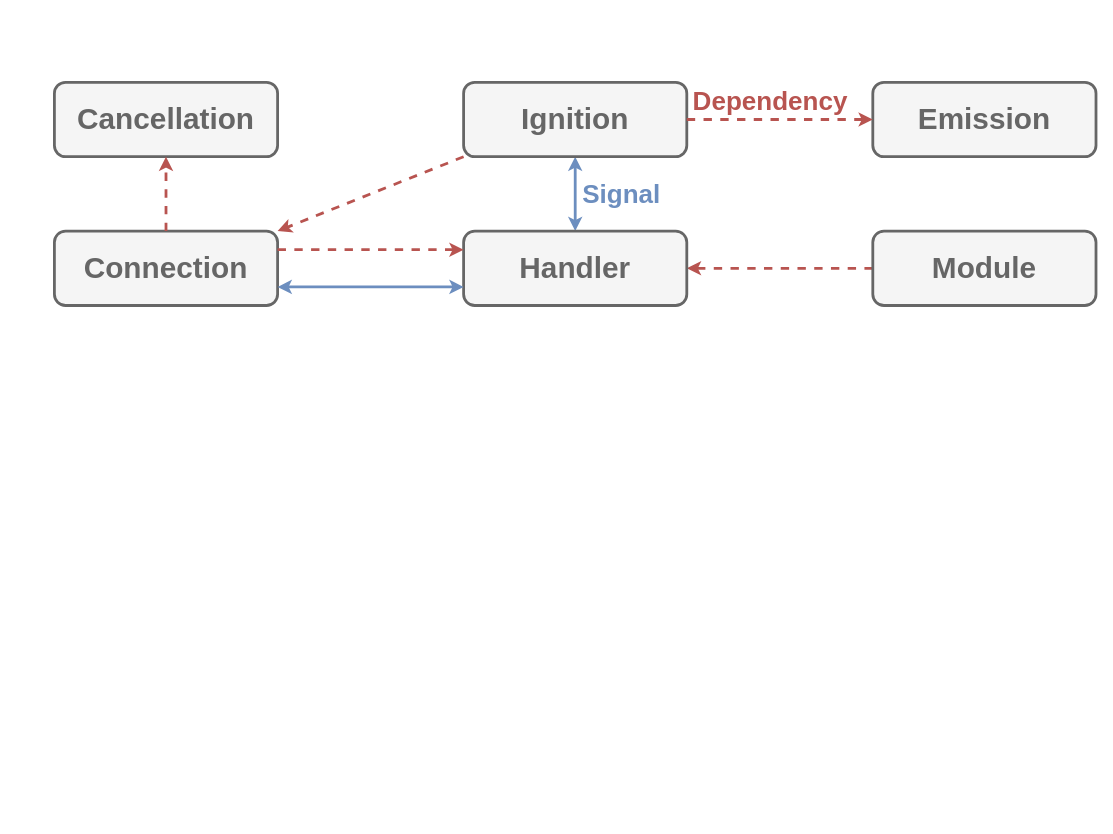
do-i-know-it/YggdrAshill.Nuadha keeps this draw.io diagram as Documentation/Resources/Unitization.drawio. Above is the earlier version. Source tidied: cells renumbered, new cells numbered last; positions are measured from the earlier drawing's top-left corner, leaving out a move shared by most shapes. Both pictures are drawn from the tidied source at 93%, with x=0, y=0 at pixel (54, 82).
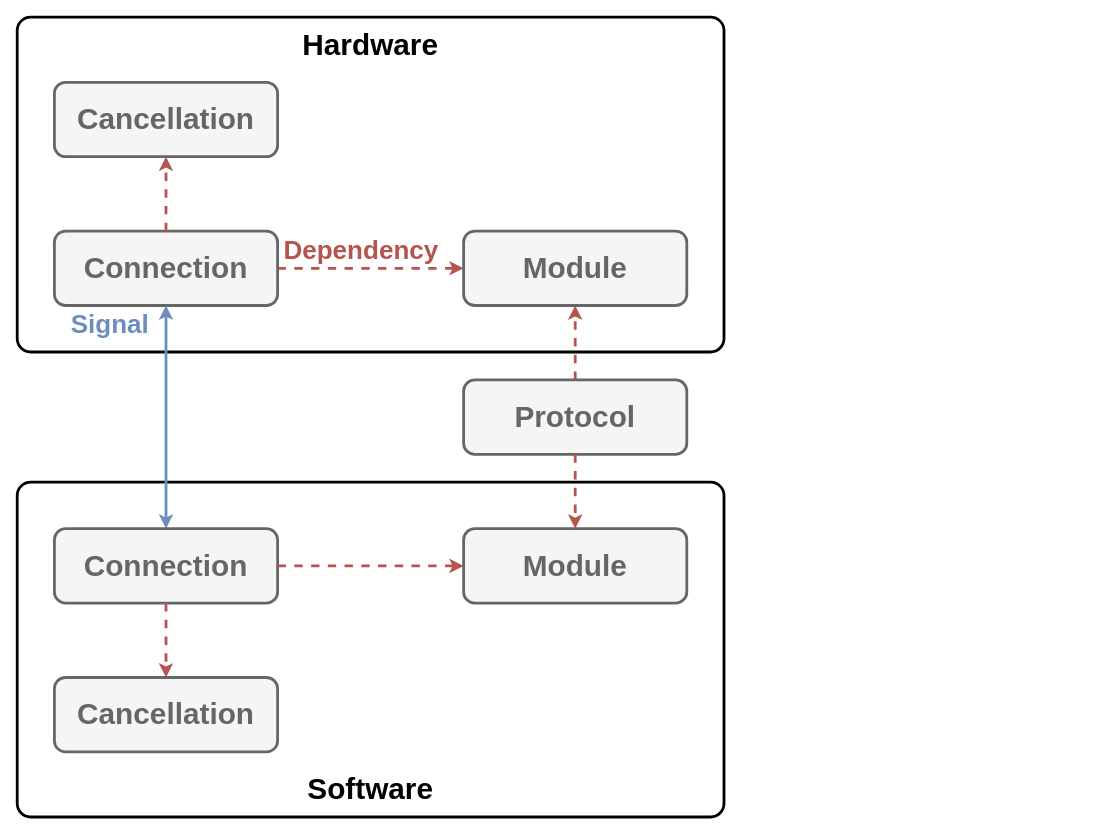
Above is the later version.

Unchanged cells that the change refers to:
```xml
<mxCell id="8" value="&lt;font style=&quot;font-size: 32px&quot; color=&quot;#666666&quot;&gt;&lt;b&gt;Connection&lt;/b&gt;&lt;/font&gt;" style="rounded=1;whiteSpace=wrap;html=1;fillColor=#f5f5f5;strokeColor=#666666;strokeWidth=3;fontColor=#333333;" parent="1" vertex="1">
  <mxGeometry y="160" width="240" height="80" as="geometry" />
</mxCell>
```

Change to the diagram source:
```diff
@@
+    <mxCell id="17" style="rounded=1;whiteSpace=wrap;html=1;strokeWidth=3;arcSize=4;" parent="1" vertex="1">
+      <mxGeometry x="-40" y="430" width="760" height="360" as="geometry" />
+    </mxCell>
+    <mxCell id="18" style="rounded=1;whiteSpace=wrap;html=1;strokeWidth=3;arcSize=4;" parent="1" vertex="1">
+      <mxGeometry x="-40" y="-70" width="760" height="360" as="geometry" />
+    </mxCell>
     <mxCell id="2" value="&lt;b&gt;&lt;font style=&quot;font-size: 28px&quot; color=&quot;#b85450&quot;&gt;Dependency&lt;/font&gt;&lt;/b&gt;" style="text;html=1;align=center;verticalAlign=middle;whiteSpace=wrap;rounded=0;" parent="1" vertex="1">
-      <mxGeometry x="680" width="180" height="40" as="geometry" />
+      <mxGeometry x="240" y="160" width="180" height="40" as="geometry" />
     </mxCell>
     <mxCell id="3" value="&lt;b&gt;&lt;font style=&quot;font-size: 28px&quot; color=&quot;#6c8ebf&quot;&gt;Signal&lt;/font&gt;&lt;/b&gt;" style="text;html=1;align=center;verticalAlign=middle;whiteSpace=wrap;rounded=0;" parent="1" vertex="1">
-      <mxGeometry x="560" y="100" width="100" height="40" as="geometry" />
+      <mxGeometry x="10" y="240" width="100" height="40" as="geometry" />
     </mxCell>
-    <mxCell id="4" style="endArrow=classic;html=1;fillColor=#f8cecc;strokeColor=#b85450;strokeWidth=3;dashed=1;entryX=1;entryY=0.5;entryDx=0;entryDy=0;exitX=0;exitY=0.5;exitDx=0;exitDy=0;" parent="1" edge="1" source="7" target="6">
+    <mxCell id="4" style="endArrow=classic;html=1;fillColor=#f8cecc;strokeColor=#b85450;strokeWidth=3;dashed=1;entryX=0.5;entryY=1;entryDx=0;entryDy=0;exitX=0.5;exitY=0;exitDx=0;exitDy=0;" parent="1" edge="1" source="7" target="6">
       <mxGeometry relative="1" as="geometry" />
     </mxCell>
-    <mxCell id="5" style="endArrow=classic;startArrow=classic;html=1;fillColor=#dae8fc;strokeColor=#6c8ebf;strokeWidth=3;exitX=0.5;exitY=1;exitDx=0;exitDy=0;entryX=0.5;entryY=0;entryDx=0;entryDy=0;" parent="1" edge="1" source="10" target="6">
-      <mxGeometry relative="1" as="geometry" />
-    </mxCell>
-    <mxCell id="6" value="&lt;font style=&quot;font-size: 32px&quot; color=&quot;#666666&quot;&gt;&lt;b&gt;Handler&lt;/b&gt;&lt;/font&gt;" style="rounded=1;whiteSpace=wrap;html=1;fillColor=#f5f5f5;strokeColor=#666666;strokeWidth=3;fontColor=#333333;" parent="1" vertex="1">
+    <mxCell id="6" value="&lt;font style=&quot;font-size: 32px&quot; color=&quot;#666666&quot;&gt;&lt;b&gt;Module&lt;/b&gt;&lt;/font&gt;" style="rounded=1;whiteSpace=wrap;html=1;fillColor=#f5f5f5;strokeColor=#666666;strokeWidth=3;fontColor=#333333;" parent="1" vertex="1">
       <mxGeometry x="440" y="160" width="240" height="80" as="geometry" />
     </mxCell>
-    <mxCell id="7" value="&lt;font color=&quot;#666666&quot;&gt;&lt;span style=&quot;font-size: 32px&quot;&gt;&lt;b&gt;Module&lt;/b&gt;&lt;/span&gt;&lt;/font&gt;" style="rounded=1;whiteSpace=wrap;html=1;fillColor=#f5f5f5;strokeColor=#666666;strokeWidth=3;fontColor=#333333;" parent="1" vertex="1">
-      <mxGeometry x="880" y="160" width="240" height="80" as="geometry" />
+    <mxCell id="7" value="&lt;font color=&quot;#666666&quot;&gt;&lt;span style=&quot;font-size: 32px&quot;&gt;&lt;b&gt;Protocol&lt;/b&gt;&lt;/span&gt;&lt;/font&gt;" style="rounded=1;whiteSpace=wrap;html=1;fillColor=#f5f5f5;strokeColor=#666666;strokeWidth=3;fontColor=#333333;" parent="1" vertex="1">
+      <mxGeometry x="440" y="320" width="240" height="80" as="geometry" />
     </mxCell>
@@
-    <mxCell id="10" value="&lt;font style=&quot;font-size: 32px&quot; color=&quot;#666666&quot;&gt;&lt;b&gt;Ignition&lt;/b&gt;&lt;/font&gt;" style="rounded=1;whiteSpace=wrap;html=1;fillColor=#f5f5f5;strokeColor=#666666;strokeWidth=3;fontColor=#333333;" parent="1" vertex="1">
-      <mxGeometry x="440" width="240" height="80" as="geometry" />
-    </mxCell>
-    <mxCell id="11" value="&lt;font style=&quot;font-size: 32px&quot; color=&quot;#666666&quot;&gt;&lt;b&gt;Emission&lt;/b&gt;&lt;/font&gt;" style="rounded=1;whiteSpace=wrap;html=1;fillColor=#f5f5f5;strokeColor=#666666;strokeWidth=3;fontColor=#333333;" parent="1" vertex="1">
-      <mxGeometry x="880" width="240" height="80" as="geometry" />
-    </mxCell>
-    <mxCell id="12" style="endArrow=classic;html=1;fillColor=#f8cecc;strokeColor=#b85450;strokeWidth=3;dashed=1;entryX=0;entryY=0.25;entryDx=0;entryDy=0;exitX=1;exitY=0.25;exitDx=0;exitDy=0;" parent="1" edge="1" source="8" target="6">
+    <mxCell id="12" style="endArrow=classic;html=1;fillColor=#f8cecc;strokeColor=#b85450;strokeWidth=3;dashed=1;exitX=1;exitY=0.5;exitDx=0;exitDy=0;" parent="1" edge="1" source="8" target="6">
       <mxGeometry relative="1" as="geometry" />
     </mxCell>
@@
-    <mxCell id="14" style="endArrow=classic;html=1;fillColor=#f8cecc;strokeColor=#b85450;strokeWidth=3;dashed=1;exitX=0;exitY=1;exitDx=0;exitDy=0;entryX=1;entryY=0;entryDx=0;entryDy=0;" parent="1" edge="1" source="10" target="8">
-      <mxGeometry relative="1" as="geometry" />
-    </mxCell>
-    <mxCell id="15" style="endArrow=classic;html=1;fillColor=#f8cecc;strokeColor=#b85450;strokeWidth=3;dashed=1;entryX=0;entryY=0.5;entryDx=0;entryDy=0;" parent="1" edge="1" source="10" target="11">
-      <mxGeometry relative="1" as="geometry" />
-    </mxCell>
-    <mxCell id="16" style="endArrow=classic;startArrow=classic;html=1;fillColor=#dae8fc;strokeColor=#6c8ebf;strokeWidth=3;entryX=0;entryY=0.75;entryDx=0;entryDy=0;exitX=1;exitY=0.75;exitDx=0;exitDy=0;" parent="1" edge="1" source="8" target="6">
+    <mxCell id="16" style="endArrow=classic;startArrow=classic;html=1;fillColor=#dae8fc;strokeColor=#6c8ebf;strokeWidth=3;entryX=0.5;entryY=0;entryDx=0;entryDy=0;exitX=0.5;exitY=1;exitDx=0;exitDy=0;" parent="1" edge="1" source="8" target="21">
       <mxGeometry relative="1" as="geometry" />
     </mxCell>
+    <mxCell id="19" value="&lt;b&gt;&lt;font style=&quot;font-size: 32px&quot;&gt;Hardware&lt;/font&gt;&lt;/b&gt;" style="text;html=1;strokeColor=none;fillColor=none;align=center;verticalAlign=middle;whiteSpace=wrap;rounded=0;" parent="1" vertex="1">
+      <mxGeometry x="-30" y="-60" width="740" height="40" as="geometry" />
+    </mxCell>
+    <mxCell id="20" value="&lt;font style=&quot;font-size: 32px&quot; color=&quot;#666666&quot;&gt;&lt;b&gt;Module&lt;/b&gt;&lt;/font&gt;" style="rounded=1;whiteSpace=wrap;html=1;fillColor=#f5f5f5;strokeColor=#666666;strokeWidth=3;fontColor=#333333;" parent="1" vertex="1">
+      <mxGeometry x="440" y="480" width="240" height="80" as="geometry" />
+    </mxCell>
+    <mxCell id="21" value="&lt;font style=&quot;font-size: 32px&quot; color=&quot;#666666&quot;&gt;&lt;b&gt;Connection&lt;/b&gt;&lt;/font&gt;" style="rounded=1;whiteSpace=wrap;html=1;fillColor=#f5f5f5;strokeColor=#666666;strokeWidth=3;fontColor=#333333;" parent="1" vertex="1">
+      <mxGeometry y="480" width="240" height="80" as="geometry" />
+    </mxCell>
+    <mxCell id="22" value="&lt;font style=&quot;font-size: 32px&quot; color=&quot;#666666&quot;&gt;&lt;b&gt;Cancellation&lt;/b&gt;&lt;/font&gt;" style="rounded=1;whiteSpace=wrap;html=1;fillColor=#f5f5f5;strokeColor=#666666;strokeWidth=3;fontColor=#333333;" parent="1" vertex="1">
+      <mxGeometry y="640" width="240" height="80" as="geometry" />
+    </mxCell>
+    <mxCell id="23" style="endArrow=classic;html=1;fillColor=#f8cecc;strokeColor=#b85450;strokeWidth=3;dashed=1;exitX=1;exitY=0.5;exitDx=0;exitDy=0;" parent="1" edge="1" source="21" target="20">
+      <mxGeometry relative="1" as="geometry" />
+    </mxCell>
+    <mxCell id="24" style="endArrow=classic;html=1;fillColor=#f8cecc;strokeColor=#b85450;strokeWidth=3;dashed=1;" parent="1" edge="1" source="21" target="22">
+      <mxGeometry relative="1" as="geometry" />
+    </mxCell>
+    <mxCell id="25" style="endArrow=classic;html=1;fillColor=#f8cecc;strokeColor=#b85450;strokeWidth=3;dashed=1;exitX=0.5;exitY=1;exitDx=0;exitDy=0;" parent="1" edge="1" source="7" target="20">
+      <mxGeometry relative="1" as="geometry" />
+    </mxCell>
+    <mxCell id="26" value="&lt;b&gt;&lt;font style=&quot;font-size: 32px&quot;&gt;Software&lt;/font&gt;&lt;/b&gt;" style="text;html=1;strokeColor=none;fillColor=none;align=center;verticalAlign=middle;whiteSpace=wrap;rounded=0;" parent="1" vertex="1">
+      <mxGeometry x="-30" y="740" width="740" height="40" as="geometry" />
+    </mxCell>
```
